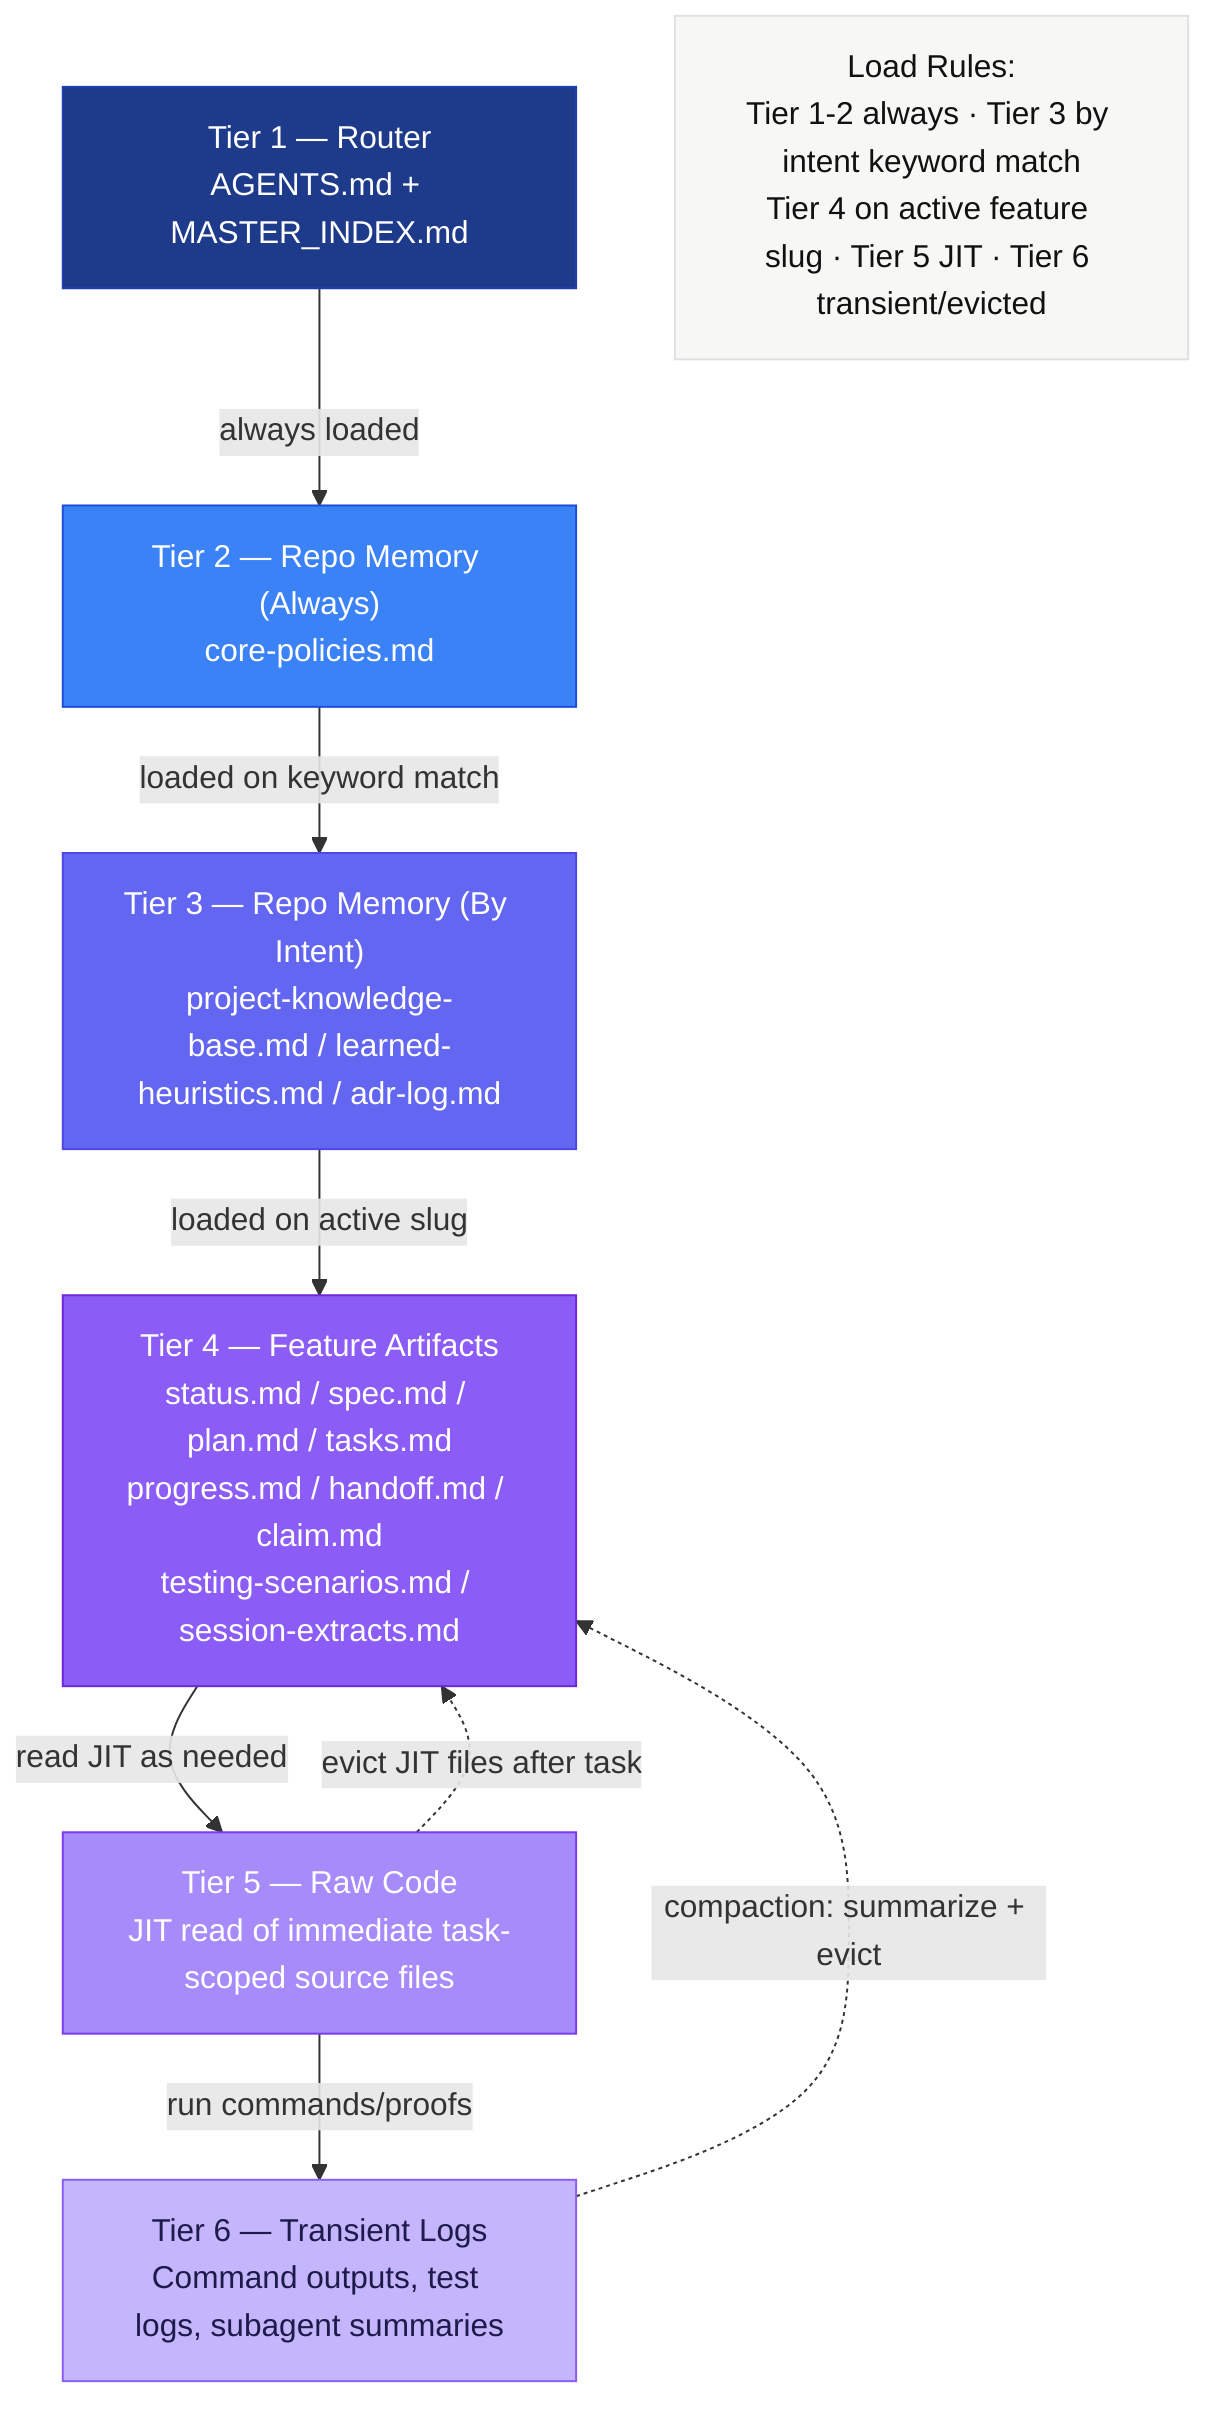
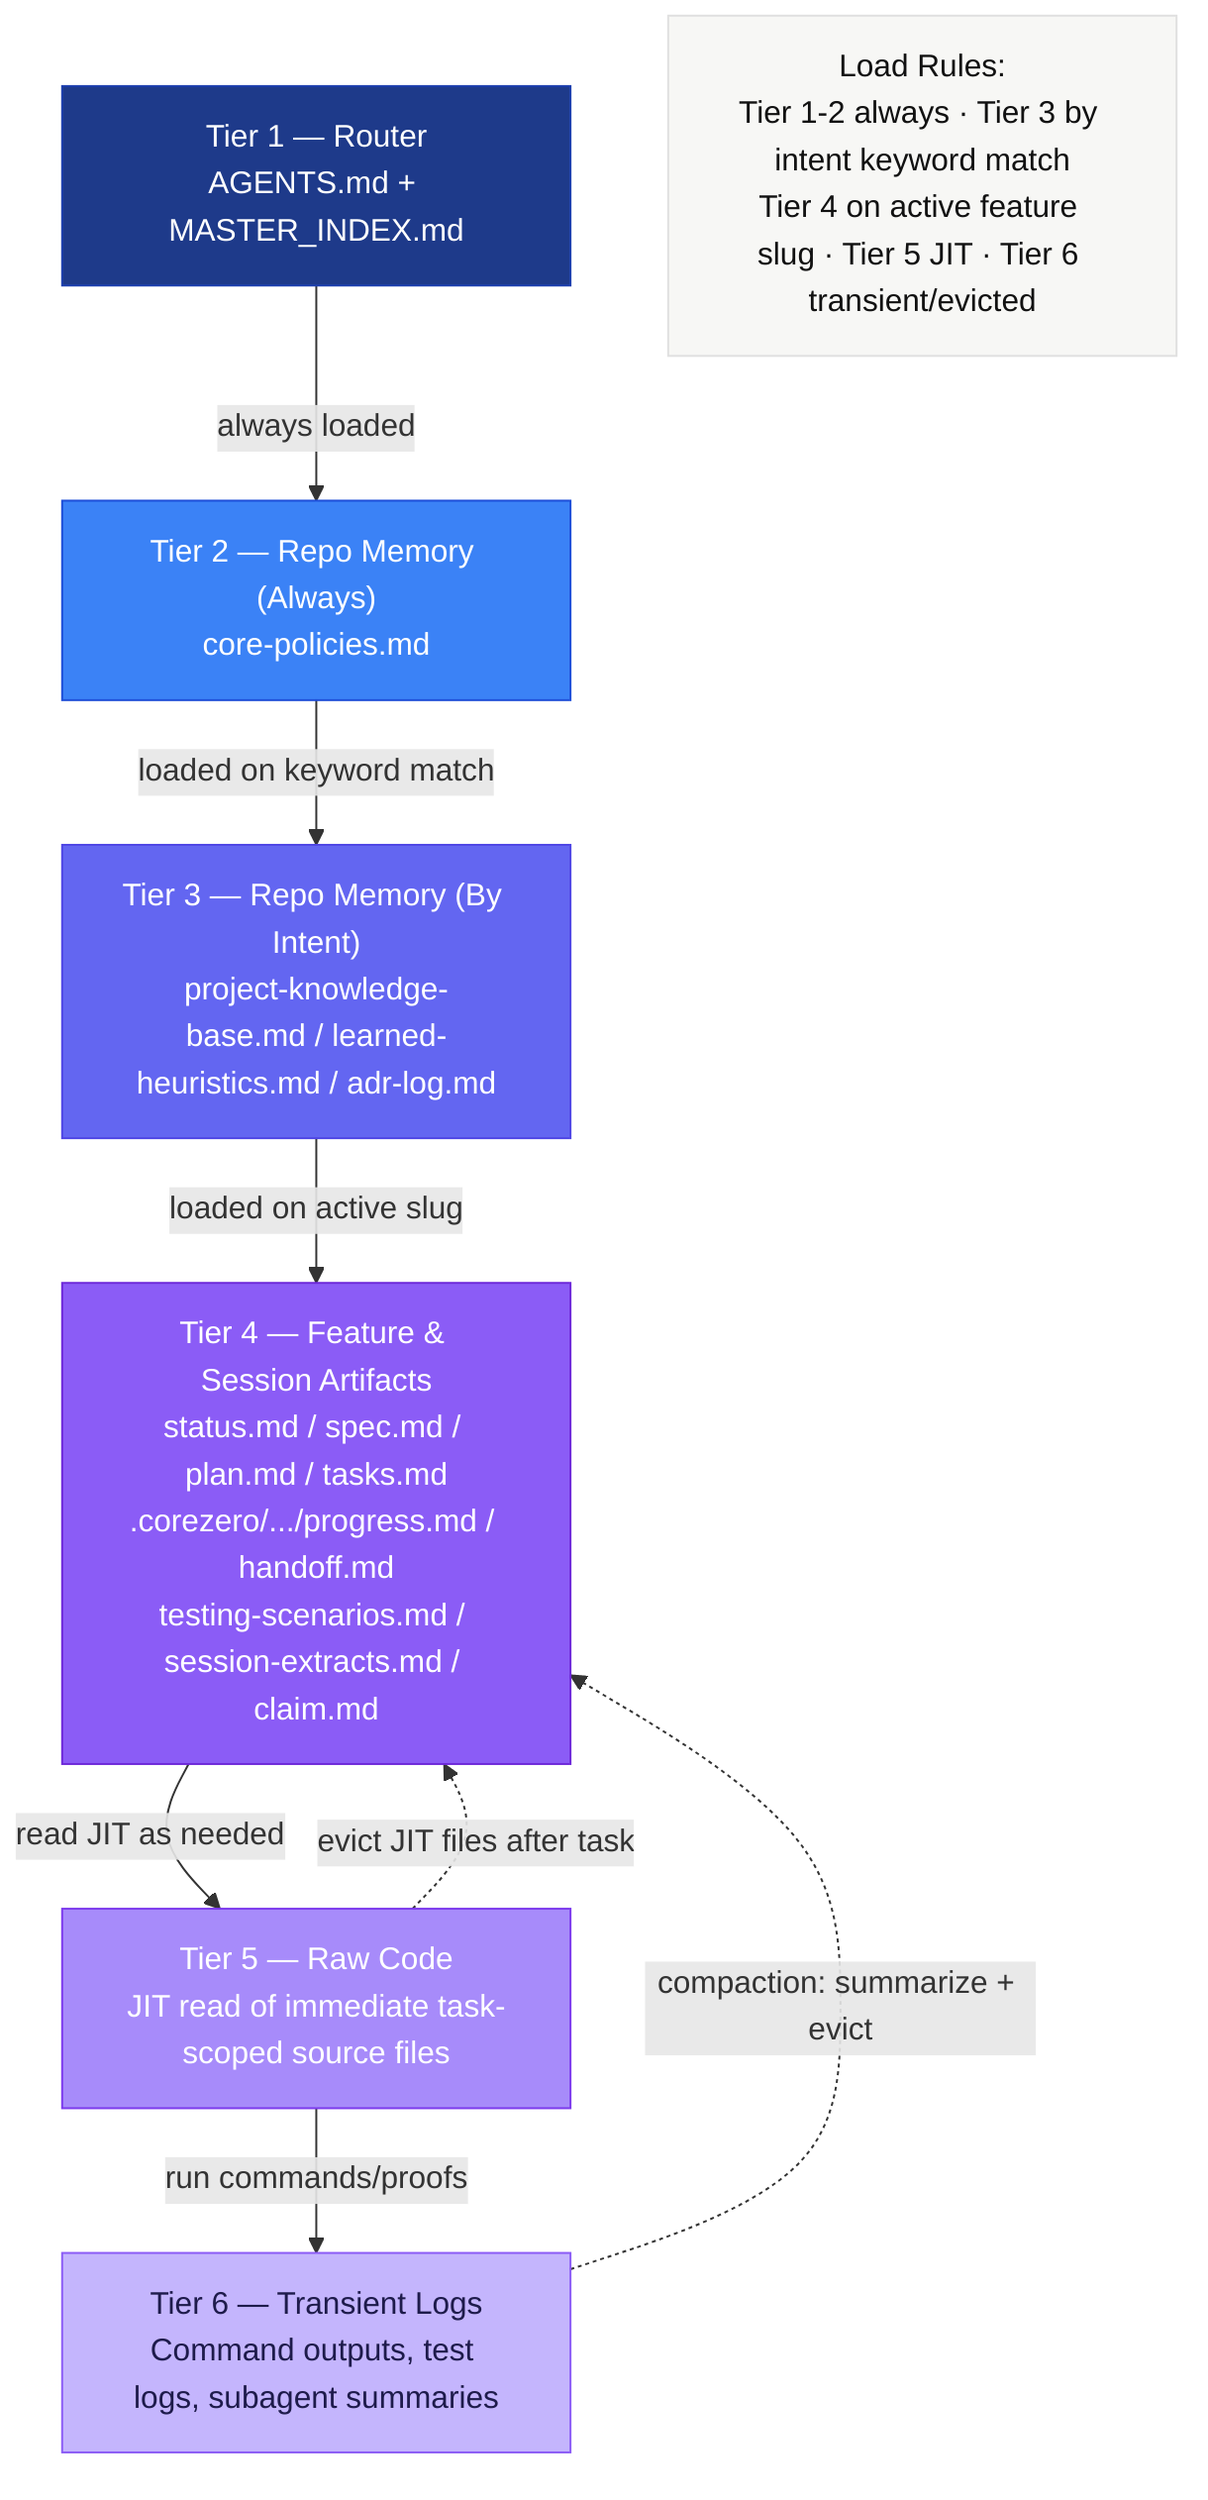
flowchart TB
    %% 6-Tier Context Assembly — highest signal to lowest

    T1["Tier 1 — Router<br/>AGENTS.md + MASTER_INDEX.md"]:::t1
    T2["Tier 2 — Repo Memory (Always)<br/>core-policies.md"]:::t2
    T3["Tier 3 — Repo Memory (By Intent)<br/>project-knowledge-base.md / learned-heuristics.md / adr-log.md"]:::t3
-     T4["Tier 4 — Feature Artifacts<br/>status.md / spec.md / plan.md / tasks.md<br/>progress.md / handoff.md / claim.md<br/>testing-scenarios.md / session-extracts.md"]:::t4
+     T4["Tier 4 — Feature & Session Artifacts<br/>status.md / spec.md / plan.md / tasks.md<br/>.corezero/.../progress.md / handoff.md<br/>testing-scenarios.md / session-extracts.md / claim.md"]:::t4
    T5["Tier 5 — Raw Code<br/>JIT read of immediate task-scoped source files"]:::t5
    T6["Tier 6 — Transient Logs<br/>Command outputs, test logs, subagent summaries"]:::t6

    T1 -->|always loaded| T2
    T2 -->|loaded on keyword match| T3
    T3 -->|loaded on active slug| T4
    T4 -->|read JIT as needed| T5
    T5 -->|run commands/proofs| T6

    T6 -.->|compaction: summarize + evict| T4
    T5 -.->|evict JIT files after task| T4

    LOAD["Load Rules:<br/>Tier 1-2 always · Tier 3 by intent keyword match<br/>Tier 4 on active feature slug · Tier 5 JIT · Tier 6 transient/evicted"]:::note

    classDef default fill:#f7f7f5,stroke:#e0e0e0,color:#111
    classDef t1 fill:#1e3a8a,stroke:#1e40af,color:#fff
    classDef t2 fill:#3b82f6,stroke:#1d4ed8,color:#fff
    classDef t3 fill:#6366f1,stroke:#4f46e5,color:#fff
    classDef t4 fill:#8b5cf6,stroke:#6d28d9,color:#fff
    classDef t5 fill:#a78bfa,stroke:#7c3aed,color:#fff
    classDef t6 fill:#c4b5fd,stroke:#8b5cf6,color:#1e1b4b
    classDef note fill:#f7f7f5,stroke:#e0e0e0,color:#111
